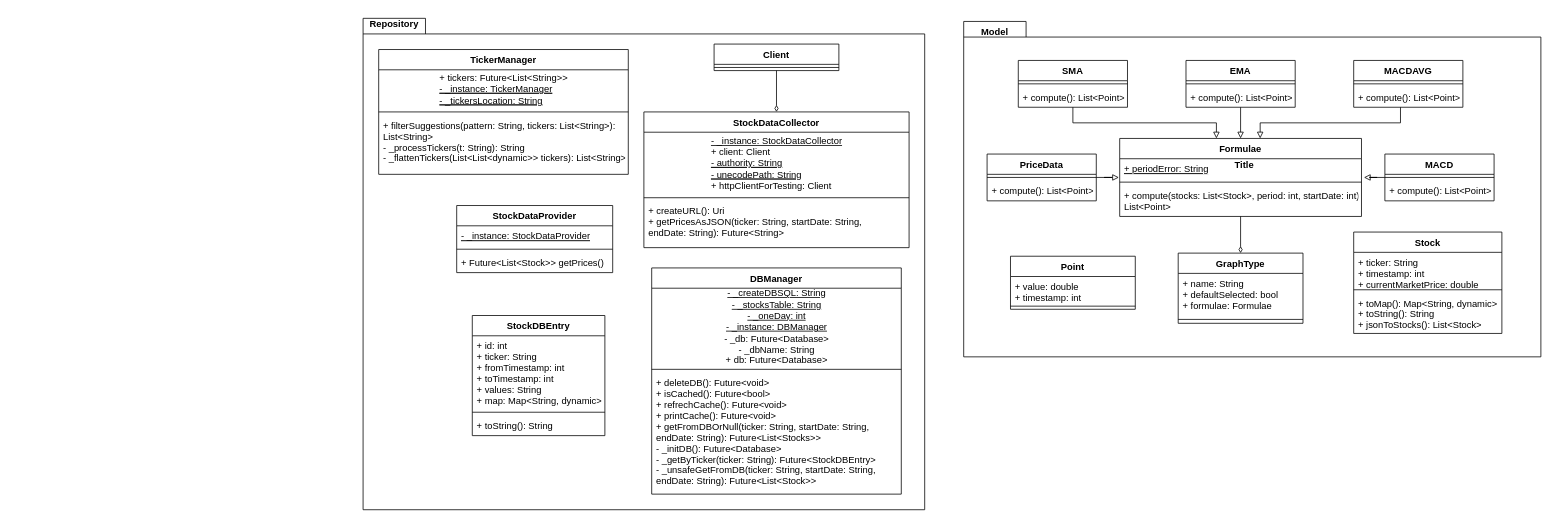
Earlier version of the draw.io diagram diagrams/ClassDiagram.drawio (TudorMaxim/FinancialSystemsCoursework). Source tidied: cells renumbered, new cells numbered last; positions are measured from the earlier drawing's top-left corner, leaving out a move shared by most shapes. Both pictures are drawn from the tidied source at 78%, with x=0, y=0 at pixel (363, 13).
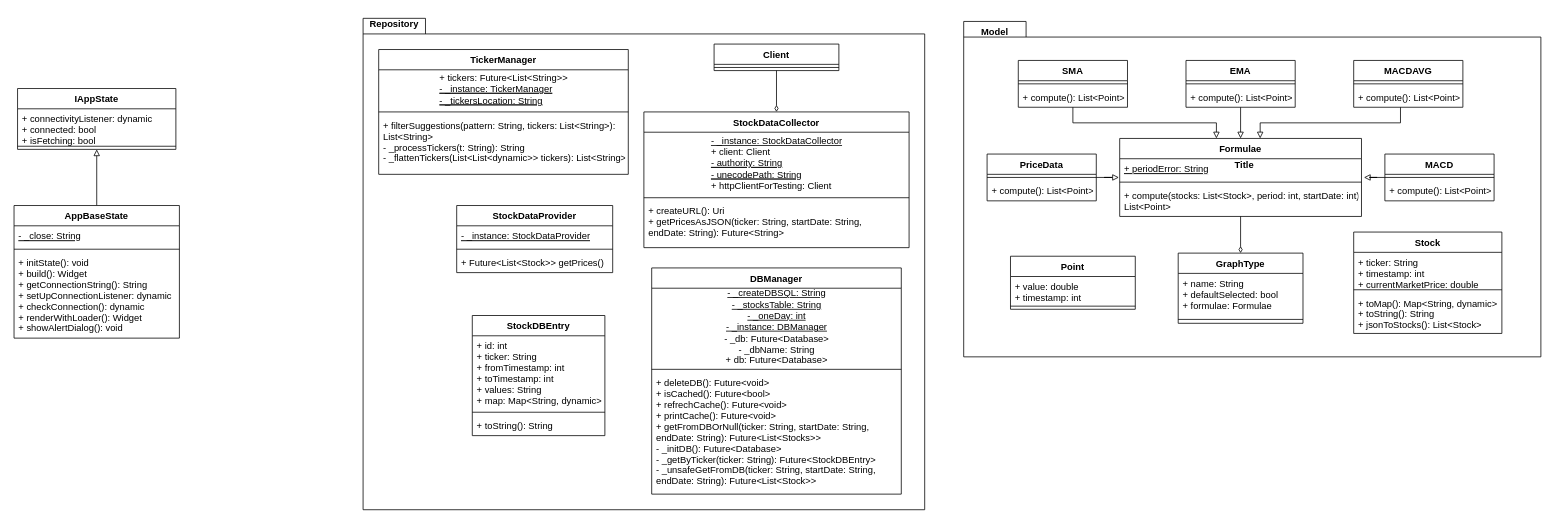
The same page after the edit.

Commit message:
IAppState & AppBaseState added

Diff of the diagram source:
```diff
@@
+    <mxCell id="65" value="IAppState" style="swimlane;fontStyle=1;align=center;verticalAlign=top;horizontal=1;startSize=26;" parent="1" vertex="1">
+      <mxGeometry x="-443" y="96" width="203" height="78" as="geometry" />
+    </mxCell>
+    <mxCell id="66" value="+ connectivityListener: dynamic&#10;+ connected: bool&#10;+ isFetching: bool" style="text;strokeColor=none;fillColor=none;align=left;verticalAlign=top;spacingLeft=4;spacingRight=4;overflow=hidden;" parent="65" vertex="1">
+      <mxGeometry y="26" width="203" height="44" as="geometry" />
+    </mxCell>
+    <mxCell id="67" style="line;strokeWidth=1;fillColor=none;align=left;verticalAlign=middle;spacingTop=-1;spacingLeft=3;spacingRight=3;labelPosition=right;" parent="65" vertex="1">
+      <mxGeometry y="70" width="203" height="8" as="geometry" />
+    </mxCell>
+    <mxCell id="68" style="edgeStyle=orthogonalEdgeStyle;rounded=0;jettySize=auto;html=1;entryX=0.5;entryY=1;entryDx=0;entryDy=0;endArrow=block;endFill=0;" parent="1" edge="1" source="69" target="65">
+      <mxGeometry relative="1" as="geometry" />
+    </mxCell>
+    <mxCell id="69" value="AppBaseState" style="swimlane;fontStyle=1;align=center;verticalAlign=top;horizontal=1;startSize=26;" parent="1" vertex="1">
+      <mxGeometry x="-447.5" y="246" width="212" height="170" as="geometry" />
+    </mxCell>
+    <mxCell id="70" value="- _close: String" style="text;strokeColor=none;fillColor=none;align=left;verticalAlign=top;spacingLeft=4;spacingRight=4;overflow=hidden;fontStyle=4;" parent="69" vertex="1">
+      <mxGeometry y="26" width="212" height="26" as="geometry" />
+    </mxCell>
+    <mxCell id="71" style="line;strokeWidth=1;fillColor=none;align=left;verticalAlign=middle;spacingTop=-1;spacingLeft=3;spacingRight=3;labelPosition=right;" parent="69" vertex="1">
+      <mxGeometry y="52" width="212" height="8" as="geometry" />
+    </mxCell>
+    <mxCell id="72" value="+ initState(): void&#10;+ build(): Widget&#10;+ getConnectionString(): String&#10;+ setUpConnectionListener: dynamic&#10;+ checkConnection(): dynamic&#10;+ renderWithLoader(): Widget&#10;+ showAlertDialog(): void" style="text;strokeColor=none;fillColor=none;align=left;verticalAlign=top;spacingLeft=4;spacingRight=4;overflow=hidden;" parent="69" vertex="1">
+      <mxGeometry y="60" width="212" height="110" as="geometry" />
+    </mxCell>
```
